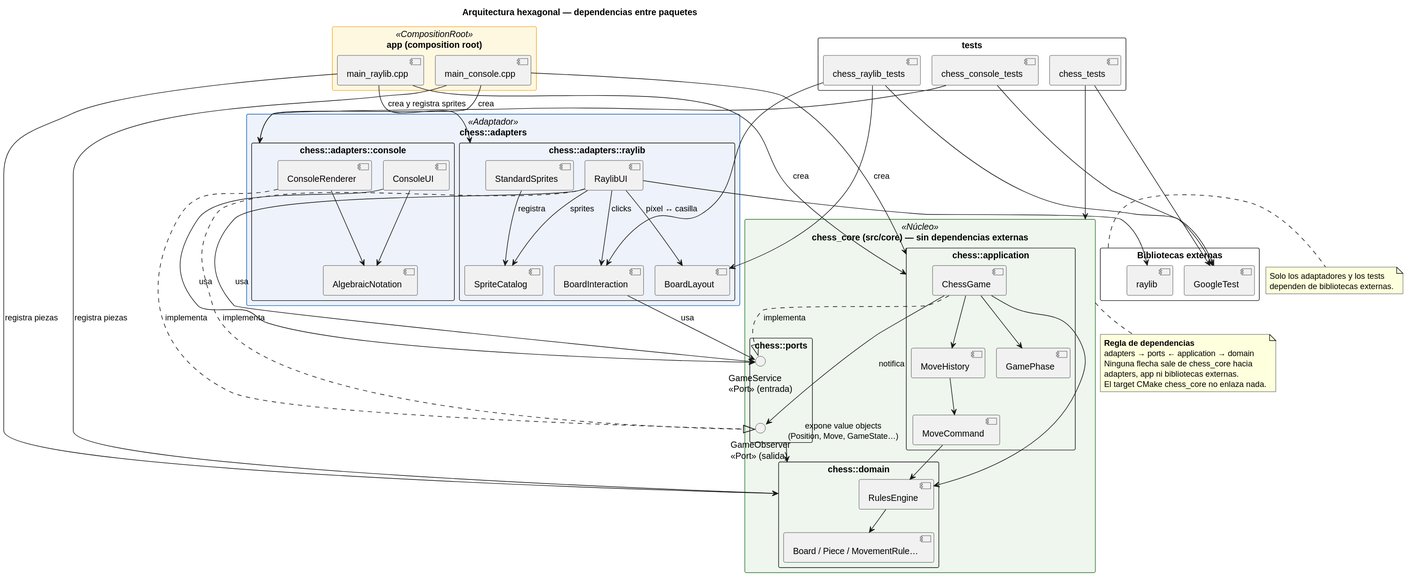
The PlantUML diagram docs/diagramas/export/componentes.svg in hipolitogomezcuello/tp-chess, before a commit.
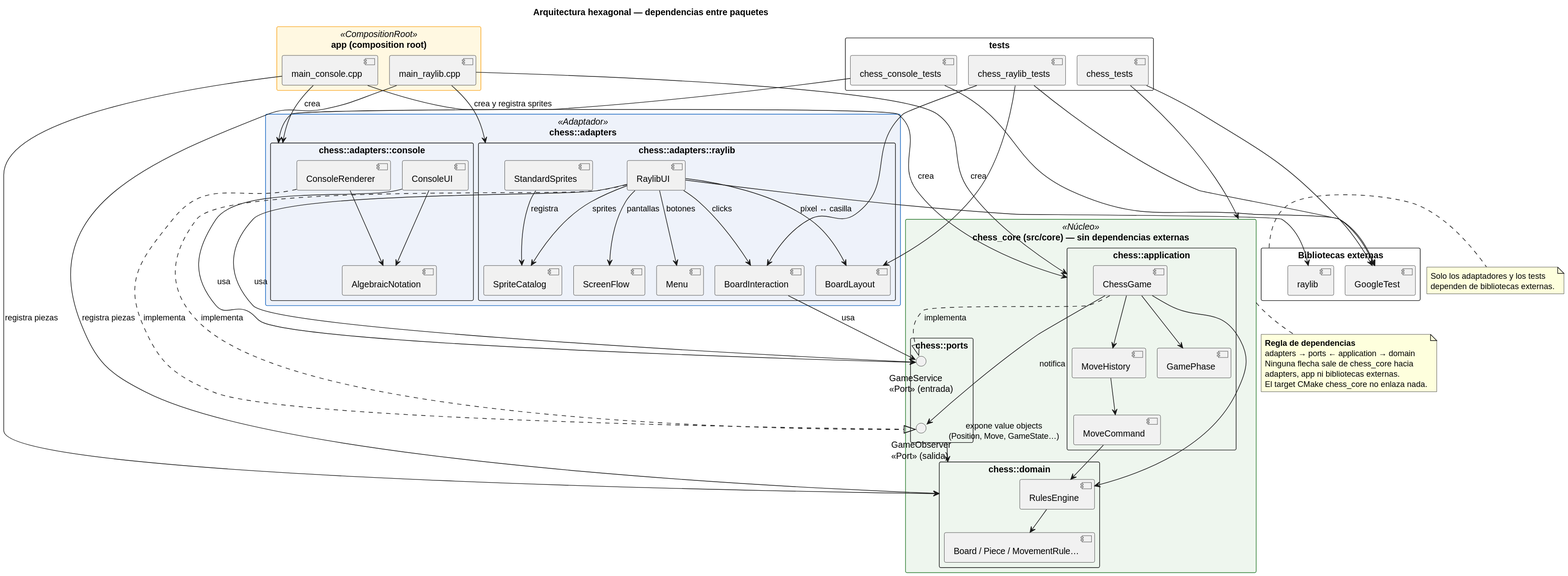
Later version of the same file.

Change to the diagram source:
```diff
@@ -31,6 +31,8 @@
     [BoardLayout]
     [SpriteCatalog]
     [StandardSprites]
+    [Menu]
+    [ScreenFlow]
   }
 }
 
@@ -72,6 +74,8 @@
 [RaylibUI] --> [BoardInteraction] : clicks
 [RaylibUI] --> [BoardLayout] : píxel ↔ casilla
 [RaylibUI] --> [SpriteCatalog] : sprites
+[RaylibUI] --> [Menu] : botones
+[RaylibUI] --> [ScreenFlow] : pantallas
 [StandardSprites] --> [SpriteCatalog] : registra
 [BoardInteraction] --> GameService : usa
 [RaylibUI] --> raylibLib
```
